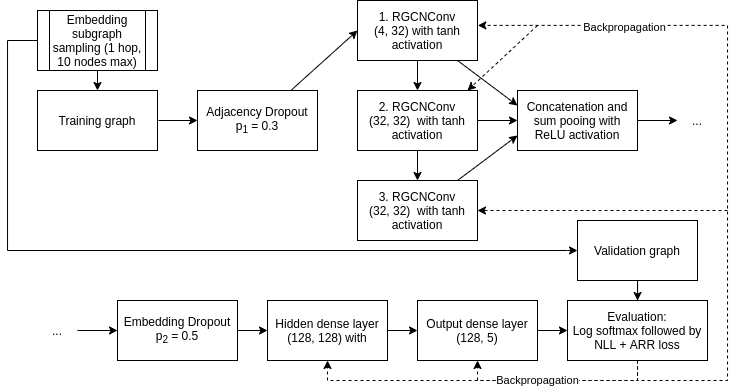
The draw.io diagram 03_igmc/igmc-architecture.png in tobiasweede/rs-via-gnn, before a commit. Source tidied: cells renumbered, new cells last; positions are measured from the earlier drawing's top-left corner, leaving out a move shared by most shapes. Its diagram source:
```xml
<mxGraphModel math="1">
  <root>
    <mxCell id="0" />
    <mxCell id="1" parent="0" />
    <mxCell id="2" style="rounded=0;jettySize=auto;html=1;entryX=0;entryY=0.5;entryDx=0;entryDy=0;" parent="1" edge="1" target="4">
      <mxGeometry relative="1" as="geometry">
        <mxPoint x="151" y="120" as="sourcePoint" />
      </mxGeometry>
    </mxCell>
    <mxCell id="3" style="edgeStyle=none;rounded=0;jettySize=auto;html=1;entryX=0;entryY=0.5;entryDx=0;entryDy=0;" parent="1" edge="1" source="4" target="7">
      <mxGeometry relative="1" as="geometry" />
    </mxCell>
    <mxCell id="4" value="Adjacency Dropout&lt;br&gt;p&lt;sub&gt;1&lt;/sub&gt; = 0.3" style="rounded=0;whiteSpace=wrap;html=1;" parent="1" vertex="1">
      <mxGeometry x="190" y="90" width="120" height="60" as="geometry" />
    </mxCell>
    <mxCell id="5" style="edgeStyle=none;rounded=0;jettySize=auto;html=1;entryX=0.5;entryY=0;entryDx=0;entryDy=0;" parent="1" edge="1" source="7" target="14">
      <mxGeometry relative="1" as="geometry" />
    </mxCell>
    <mxCell id="6" style="edgeStyle=none;rounded=0;jettySize=auto;html=1;entryX=0;entryY=0.25;entryDx=0;entryDy=0;" parent="1" edge="1" source="7" target="24">
      <mxGeometry relative="1" as="geometry" />
    </mxCell>
    <mxCell id="7" value="1. RGCNConv&lt;br&gt;(4, 32) with tanh activation" style="rounded=0;whiteSpace=wrap;html=1;" parent="1" vertex="1">
      <mxGeometry x="350" width="120" height="60" as="geometry" />
    </mxCell>
    <mxCell id="8" value="Training graph" style="rounded=0;whiteSpace=wrap;html=1;" parent="1" vertex="1">
      <mxGeometry x="30" y="90" width="120" height="60" as="geometry" />
    </mxCell>
    <mxCell id="9" style="edgeStyle=none;rounded=0;jettySize=auto;html=1;entryX=0.5;entryY=0;entryDx=0;entryDy=0;" parent="1" edge="1" source="11" target="8">
      <mxGeometry relative="1" as="geometry" />
    </mxCell>
    <mxCell id="10" style="edgeStyle=orthogonalEdgeStyle;rounded=0;jettySize=auto;html=1;entryX=0;entryY=0.5;entryDx=0;entryDy=0;" parent="1" edge="1" source="11" target="31">
      <mxGeometry relative="1" as="geometry">
        <Array as="points">
          <mxPoint y="40" />
          <mxPoint y="250" />
          <mxPoint x="560" y="250" />
        </Array>
      </mxGeometry>
    </mxCell>
    <mxCell id="11" value="&lt;span&gt;Embedding subgraph sampling (1 hop, 10 nodes max)&lt;/span&gt;" style="shape=process;whiteSpace=wrap;html=1;backgroundOutline=1;" parent="1" vertex="1">
      <mxGeometry x="30" y="10" width="120" height="60" as="geometry" />
    </mxCell>
    <mxCell id="12" style="edgeStyle=none;rounded=0;jettySize=auto;html=1;entryX=0.5;entryY=0;entryDx=0;entryDy=0;" parent="1" edge="1" source="14" target="22">
      <mxGeometry relative="1" as="geometry" />
    </mxCell>
    <mxCell id="13" style="edgeStyle=none;rounded=0;jettySize=auto;html=1;" parent="1" edge="1" source="14" target="24">
      <mxGeometry relative="1" as="geometry" />
    </mxCell>
    <mxCell id="14" value="2. RGCNConv&lt;br&gt;(32, 32)&amp;nbsp;&amp;nbsp;with tanh activation" style="rounded=0;whiteSpace=wrap;html=1;" parent="1" vertex="1">
      <mxGeometry x="350" y="90" width="120" height="60" as="geometry" />
    </mxCell>
    <mxCell id="15" style="edgeStyle=none;rounded=0;jettySize=auto;html=1;entryX=0;entryY=0.5;entryDx=0;entryDy=0;" parent="1" edge="1" source="16" target="18">
      <mxGeometry relative="1" as="geometry" />
    </mxCell>
    <mxCell id="16" value="Hidden dense layer&lt;br&gt;(128, 128) with" style="rounded=0;whiteSpace=wrap;html=1;" parent="1" vertex="1">
      <mxGeometry x="260" y="300" width="120" height="60" as="geometry" />
    </mxCell>
    <mxCell id="17" style="edgeStyle=none;rounded=0;jettySize=auto;html=1;entryX=0;entryY=0.5;entryDx=0;entryDy=0;" parent="1" edge="1" source="18" target="29">
      <mxGeometry relative="1" as="geometry" />
    </mxCell>
    <mxCell id="18" value="Output dense layer&lt;br&gt;(128, 5)" style="rounded=0;whiteSpace=wrap;html=1;" parent="1" vertex="1">
      <mxGeometry x="410" y="300" width="120" height="60" as="geometry" />
    </mxCell>
    <mxCell id="19" style="edgeStyle=none;rounded=0;jettySize=auto;html=1;entryX=0;entryY=0.5;entryDx=0;entryDy=0;" parent="1" edge="1" source="20" target="16">
      <mxGeometry relative="1" as="geometry" />
    </mxCell>
    <mxCell id="20" value="Embedding Dropout&lt;br&gt;p&lt;sub&gt;2&lt;/sub&gt; = 0.5" style="rounded=0;whiteSpace=wrap;html=1;" parent="1" vertex="1">
      <mxGeometry x="110" y="300" width="120" height="60" as="geometry" />
    </mxCell>
    <mxCell id="21" style="edgeStyle=none;rounded=0;jettySize=auto;html=1;entryX=0;entryY=0.75;entryDx=0;entryDy=0;" parent="1" edge="1" source="22" target="24">
      <mxGeometry relative="1" as="geometry" />
    </mxCell>
    <mxCell id="22" value="3. RGCNConv&lt;br&gt;(32, 32)&amp;nbsp;&amp;nbsp;with tanh activation" style="rounded=0;whiteSpace=wrap;html=1;" parent="1" vertex="1">
      <mxGeometry x="350" y="180" width="120" height="60" as="geometry" />
    </mxCell>
    <mxCell id="23" style="edgeStyle=none;rounded=0;jettySize=auto;html=1;" parent="1" edge="1" source="24">
      <mxGeometry relative="1" as="geometry">
        <mxPoint x="670" y="120" as="targetPoint" />
      </mxGeometry>
    </mxCell>
    <mxCell id="24" value="Concatenation and sum pooing with ReLU activation" style="rounded=0;whiteSpace=wrap;html=1;" parent="1" vertex="1">
      <mxGeometry x="510" y="90" width="120" height="60" as="geometry" />
    </mxCell>
    <mxCell id="25" value="..." style="text;html=1;strokeColor=none;fillColor=none;align=center;verticalAlign=middle;whiteSpace=wrap;rounded=0;" parent="1" vertex="1">
      <mxGeometry x="670" y="110" width="40" height="20" as="geometry" />
    </mxCell>
    <mxCell id="26" style="edgeStyle=none;rounded=0;jettySize=auto;html=1;entryX=0;entryY=0.5;entryDx=0;entryDy=0;" parent="1" edge="1" source="27" target="20">
      <mxGeometry relative="1" as="geometry" />
    </mxCell>
    <mxCell id="27" value="..." style="text;html=1;strokeColor=none;fillColor=none;align=center;verticalAlign=middle;whiteSpace=wrap;rounded=0;" parent="1" vertex="1">
      <mxGeometry x="30" y="320" width="40" height="20" as="geometry" />
    </mxCell>
    <mxCell id="28" style="edgeStyle=orthogonalEdgeStyle;rounded=0;jettySize=auto;html=1;entryX=0.5;entryY=1;entryDx=0;entryDy=0;exitX=0.5;exitY=1;exitDx=0;exitDy=0;dashed=1;" parent="1" edge="1" source="29" target="18">
      <mxGeometry relative="1" as="geometry" />
    </mxCell>
    <mxCell id="29" value="Evaluation:&lt;br&gt;Log softmax followed by&lt;br&gt;NLL + ARR loss" style="rounded=0;whiteSpace=wrap;html=1;" parent="1" vertex="1">
      <mxGeometry x="560" y="300" width="140" height="60" as="geometry" />
    </mxCell>
    <mxCell id="30" style="edgeStyle=orthogonalEdgeStyle;rounded=0;jettySize=auto;html=1;" parent="1" edge="1" source="31" target="29">
      <mxGeometry relative="1" as="geometry" />
    </mxCell>
    <mxCell id="31" value="Validation graph" style="rounded=0;whiteSpace=wrap;html=1;" parent="1" vertex="1">
      <mxGeometry x="570" y="220" width="120" height="60" as="geometry" />
    </mxCell>
    <mxCell id="32" style="edgeStyle=orthogonalEdgeStyle;rounded=0;jettySize=auto;html=1;entryX=0.5;entryY=1;entryDx=0;entryDy=0;exitX=0.5;exitY=1;exitDx=0;exitDy=0;dashed=1;" parent="1" edge="1" source="29" target="16">
      <mxGeometry relative="1" as="geometry">
        <Array as="points">
          <mxPoint x="630" y="380" />
          <mxPoint x="320" y="380" />
        </Array>
      </mxGeometry>
    </mxCell>
    <mxCell id="33" style="edgeStyle=orthogonalEdgeStyle;rounded=0;jettySize=auto;html=1;exitX=0.5;exitY=1;exitDx=0;exitDy=0;dashed=1;entryX=1.003;entryY=0.415;entryDx=0;entryDy=0;entryPerimeter=0;" parent="1" edge="1" source="29" target="7">
      <mxGeometry relative="1" as="geometry">
        <Array as="points">
          <mxPoint x="630" y="380" />
          <mxPoint x="720" y="380" />
          <mxPoint x="720" y="25" />
        </Array>
      </mxGeometry>
    </mxCell>
    <mxCell id="34" value="Backpropagation" style="edgeLabel;html=1;align=center;verticalAlign=middle;" parent="33" vertex="1">
      <mxGeometry x="0.49" y="2" relative="1" as="geometry">
        <mxPoint x="-37" as="offset" />
      </mxGeometry>
    </mxCell>
    <mxCell id="35" style="edgeStyle=orthogonalEdgeStyle;rounded=0;jettySize=auto;html=1;dashed=1;entryX=1;entryY=0.5;entryDx=0;entryDy=0;" parent="1" edge="1" target="22">
      <mxGeometry relative="1" as="geometry">
        <mxPoint x="720" y="210" as="sourcePoint" />
        <Array as="points">
          <mxPoint x="720" y="210" />
        </Array>
      </mxGeometry>
    </mxCell>
    <mxCell id="36" style="rounded=0;orthogonalLoop=1;jettySize=auto;html=1;dashed=1;entryX=1;entryY=0.5;entryDx=0;entryDy=0;" parent="1" edge="1">
      <mxGeometry relative="1" as="geometry">
        <mxPoint x="530" y="25" as="sourcePoint" />
        <mxPoint x="460" y="90" as="targetPoint" />
      </mxGeometry>
    </mxCell>
    <mxCell id="37" value="Backpropagation" style="edgeLabel;html=1;align=center;verticalAlign=middle;" parent="1" vertex="1">
      <mxGeometry x="530" y="380" as="geometry" />
    </mxCell>
  </root>
</mxGraphModel>
```
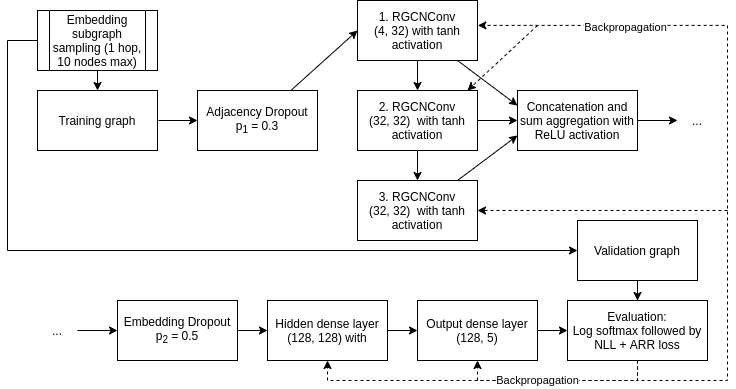
The same diagram one commit later.

What changed in the source:
```diff
@@ -78,7 +78,7 @@
         <mxPoint x="670" y="120" as="targetPoint" />
       </mxGeometry>
     </mxCell>
-    <mxCell id="24" value="Concatenation and sum pooing with ReLU activation" style="rounded=0;whiteSpace=wrap;html=1;" parent="1" vertex="1">
+    <mxCell id="24" value="Concatenation and sum aggregation with ReLU activation" style="rounded=0;whiteSpace=wrap;html=1;" parent="1" vertex="1">
       <mxGeometry x="510" y="90" width="120" height="60" as="geometry" />
     </mxCell>
     <mxCell id="25" value="..." style="text;html=1;strokeColor=none;fillColor=none;align=center;verticalAlign=middle;whiteSpace=wrap;rounded=0;" parent="1" vertex="1">
```
